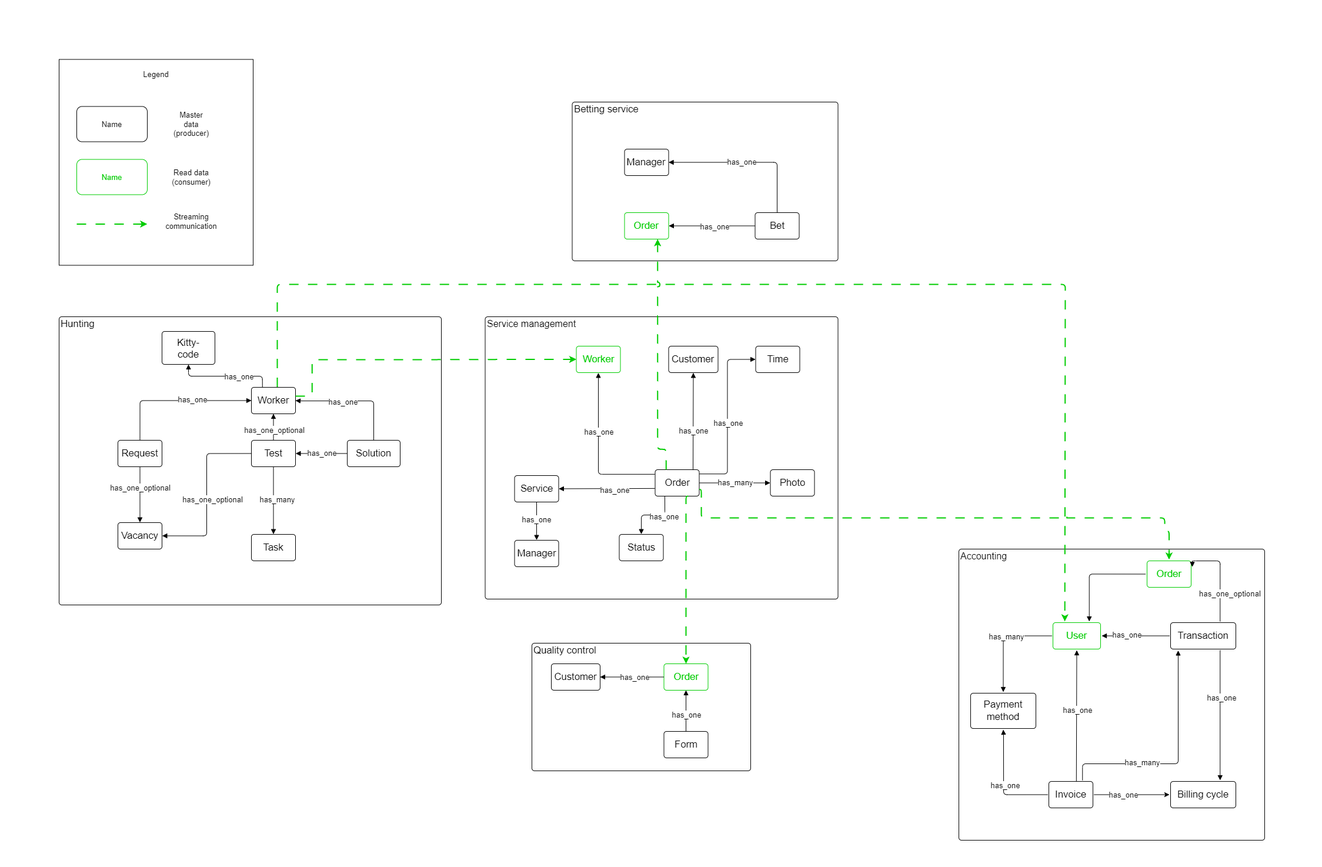
This is images/hw_1/DM.png from OkinawaNet/MCF, a draw.io export, as it was before one commit. Source tidied: cells renumbered, new cells last; positions are measured from the earlier drawing's top-left corner, leaving out a move shared by most shapes.
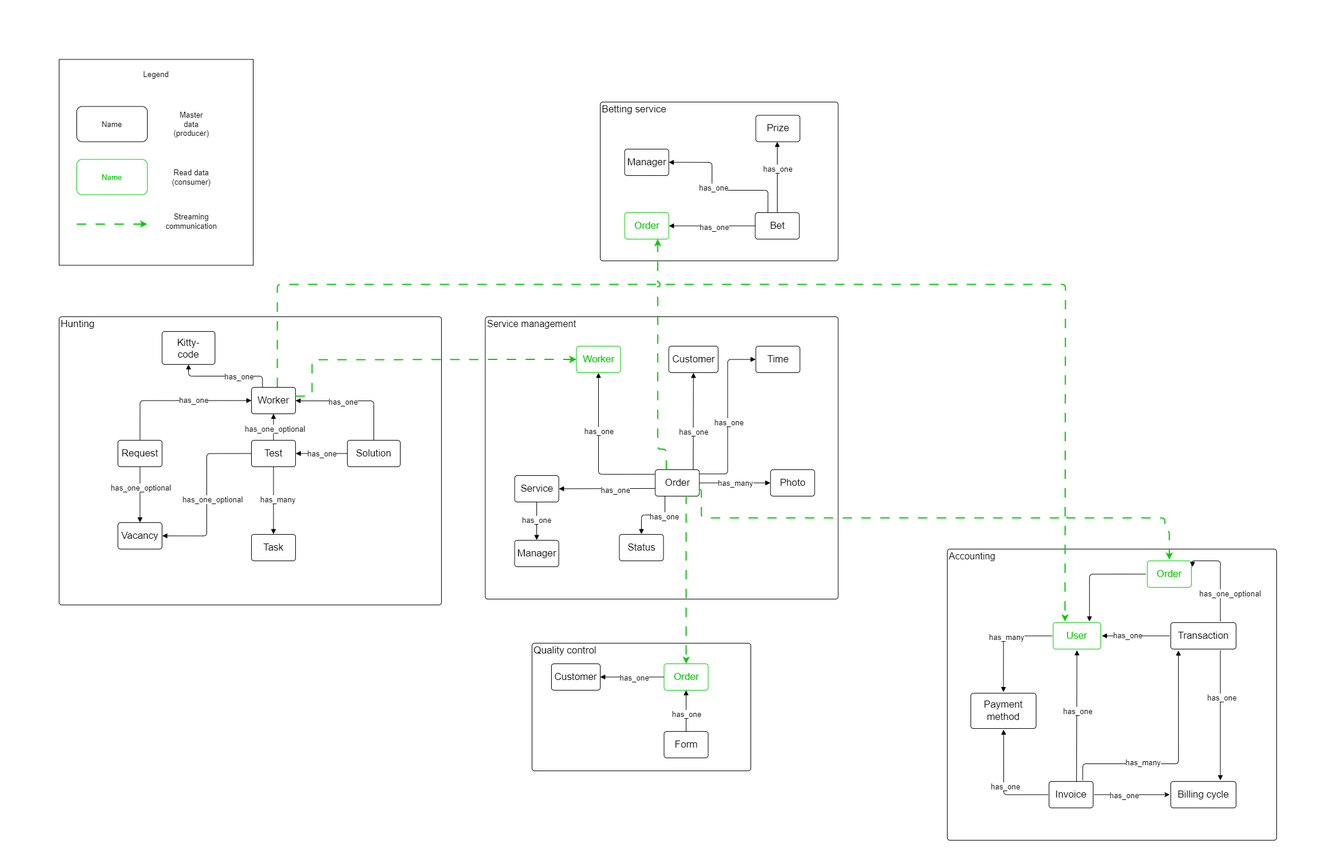
Later version of the same file.

Change to the diagram source:
```diff
@@ -3,7 +3,7 @@
     <mxCell id="0" />
     <mxCell id="1" parent="0" />
     <mxCell id="2" value="Accounting" style="html=1;overflow=block;blockSpacing=1;whiteSpace=wrap;fontSize=16;fontColor=default;align=left;spacing=3.8;verticalAlign=top;strokeColor=#000000;rounded=1;absoluteArcSize=1;arcSize=9;fillColor=none;strokeWidth=NaN;lucidId=yf5P64~TPSbk;perimeterSpacing=1;" parent="1" vertex="1">
-      <mxGeometry x="1530" y="832" width="520" height="495" as="geometry" />
+      <mxGeometry x="1510" y="832" width="560" height="495" as="geometry" />
     </mxCell>
     <mxCell id="3" value="User" style="html=1;overflow=block;blockSpacing=1;whiteSpace=wrap;fontSize=16.7;spacing=3.8;strokeColor=#00CC00;rounded=1;absoluteArcSize=1;arcSize=9;fillColor=none;strokeWidth=1;lucidId=dg5PYhCH7-BC;perimeterSpacing=2;fontColor=#00CC00;" parent="1" vertex="1">
       <mxGeometry x="1690" y="957" width="81" height="45" as="geometry" />
@@ -210,7 +210,7 @@
       <mxGeometry x="-0.06" relative="1" as="geometry" />
     </mxCell>
     <mxCell id="58" value="Betting service" style="html=1;overflow=block;blockSpacing=1;whiteSpace=wrap;fontSize=16.7;align=left;spacing=3.8;verticalAlign=top;strokeColor=#000000;rounded=1;absoluteArcSize=1;arcSize=9;fillColor=none;strokeWidth=NaN;lucidId=6T4P98csuthG;" parent="1" vertex="1">
-      <mxGeometry x="872.5" y="72" width="452" height="270" as="geometry" />
+      <mxGeometry x="920" y="72" width="404.5" height="270" as="geometry" />
     </mxCell>
     <mxCell id="59" value="Manager" style="html=1;overflow=block;blockSpacing=1;whiteSpace=wrap;fontSize=16.7;spacing=3.8;strokeColor=#000000;rounded=1;absoluteArcSize=1;arcSize=9;fillColor=none;strokeWidth=1;lucidId=6T4PhytsOorN;" parent="1" vertex="1">
       <mxGeometry x="961.5" y="152" width="75" height="45" as="geometry" />
@@ -227,8 +227,14 @@
     <mxCell id="63" value="has_one" style="edgeLabel;html=1;align=center;verticalAlign=middle;fontFamily=Helvetica;fontSize=13;fontColor=default;labelBackgroundColor=default;" parent="62" vertex="1">
       <mxGeometry x="-0.05" y="1" relative="1" as="geometry" />
     </mxCell>
-    <mxCell id="64" style="html=1;jettySize=18;whiteSpace=wrap;fontSize=13;strokeColor=#000000;strokeOpacity=100;strokeWidth=1;rounded=1;arcSize=12;startArrow=none;endArrow=block;endFill=1;exitX=0.5;exitY=0;entryX=1;entryY=0.5;lucidId=6T4PrulPch8R;jumpStyle=arc;edgeStyle=orthogonalEdgeStyle;exitDx=0;exitDy=0;entryDx=0;entryDy=0;" parent="1" edge="1" source="61" target="59">
-      <mxGeometry relative="1" as="geometry" />
+    <mxCell id="64" style="html=1;jettySize=18;whiteSpace=wrap;fontSize=13;strokeColor=#000000;strokeOpacity=100;strokeWidth=1;rounded=1;arcSize=12;startArrow=none;endArrow=block;endFill=1;exitX=0.288;exitY=-0.004;entryX=1;entryY=0.5;lucidId=6T4PrulPch8R;jumpStyle=arc;edgeStyle=orthogonalEdgeStyle;exitDx=0;exitDy=0;entryDx=0;entryDy=0;exitPerimeter=0;" parent="1" edge="1" source="61" target="59">
+      <mxGeometry relative="1" as="geometry">
+        <Array as="points">
+          <mxPoint x="1205" y="222" />
+          <mxPoint x="1110" y="222" />
+          <mxPoint x="1110" y="174" />
+        </Array>
+      </mxGeometry>
     </mxCell>
     <mxCell id="65" value="has_one" style="edgeLabel;html=1;align=center;verticalAlign=middle;fontFamily=Helvetica;fontSize=13;fontColor=default;labelBackgroundColor=default;" parent="64" vertex="1">
       <mxGeometry x="0.09" y="-1" relative="1" as="geometry">
@@ -398,5 +404,20 @@
         </Array>
       </mxGeometry>
     </mxCell>
+    <mxCell id="104" value="Prize" style="html=1;overflow=block;blockSpacing=1;whiteSpace=wrap;fontSize=16.7;spacing=3.8;strokeColor=#000000;rounded=1;absoluteArcSize=1;arcSize=9;fillColor=none;strokeWidth=1;lucidId=6T4PhytsOorN;" parent="1" vertex="1">
+      <mxGeometry x="1184.5" y="94.5" width="75" height="45" as="geometry" />
+    </mxCell>
+    <mxCell id="105" style="html=1;jettySize=18;whiteSpace=wrap;fontSize=13;strokeColor=#000000;strokeOpacity=100;strokeWidth=1;rounded=1;arcSize=12;startArrow=none;endArrow=block;endFill=1;exitX=0.5;exitY=0;lucidId=6T4PrulPch8R;jumpStyle=arc;edgeStyle=orthogonalEdgeStyle;exitDx=0;exitDy=0;entryX=0.5;entryY=1;entryDx=0;entryDy=0;" parent="1" edge="1" source="61" target="104">
+      <mxGeometry relative="1" as="geometry">
+        <Array as="points">
+          <mxPoint x="1221" y="140" />
+        </Array>
+      </mxGeometry>
+    </mxCell>
+    <mxCell id="106" value="has_one" style="edgeLabel;html=1;align=center;verticalAlign=middle;fontFamily=Helvetica;fontSize=13;fontColor=default;labelBackgroundColor=default;" parent="105" vertex="1">
+      <mxGeometry x="0.09" y="-1" relative="1" as="geometry">
+        <mxPoint x="-1" y="-9" as="offset" />
+      </mxGeometry>
+    </mxCell>
   </root>
 </mxGraphModel>
```
